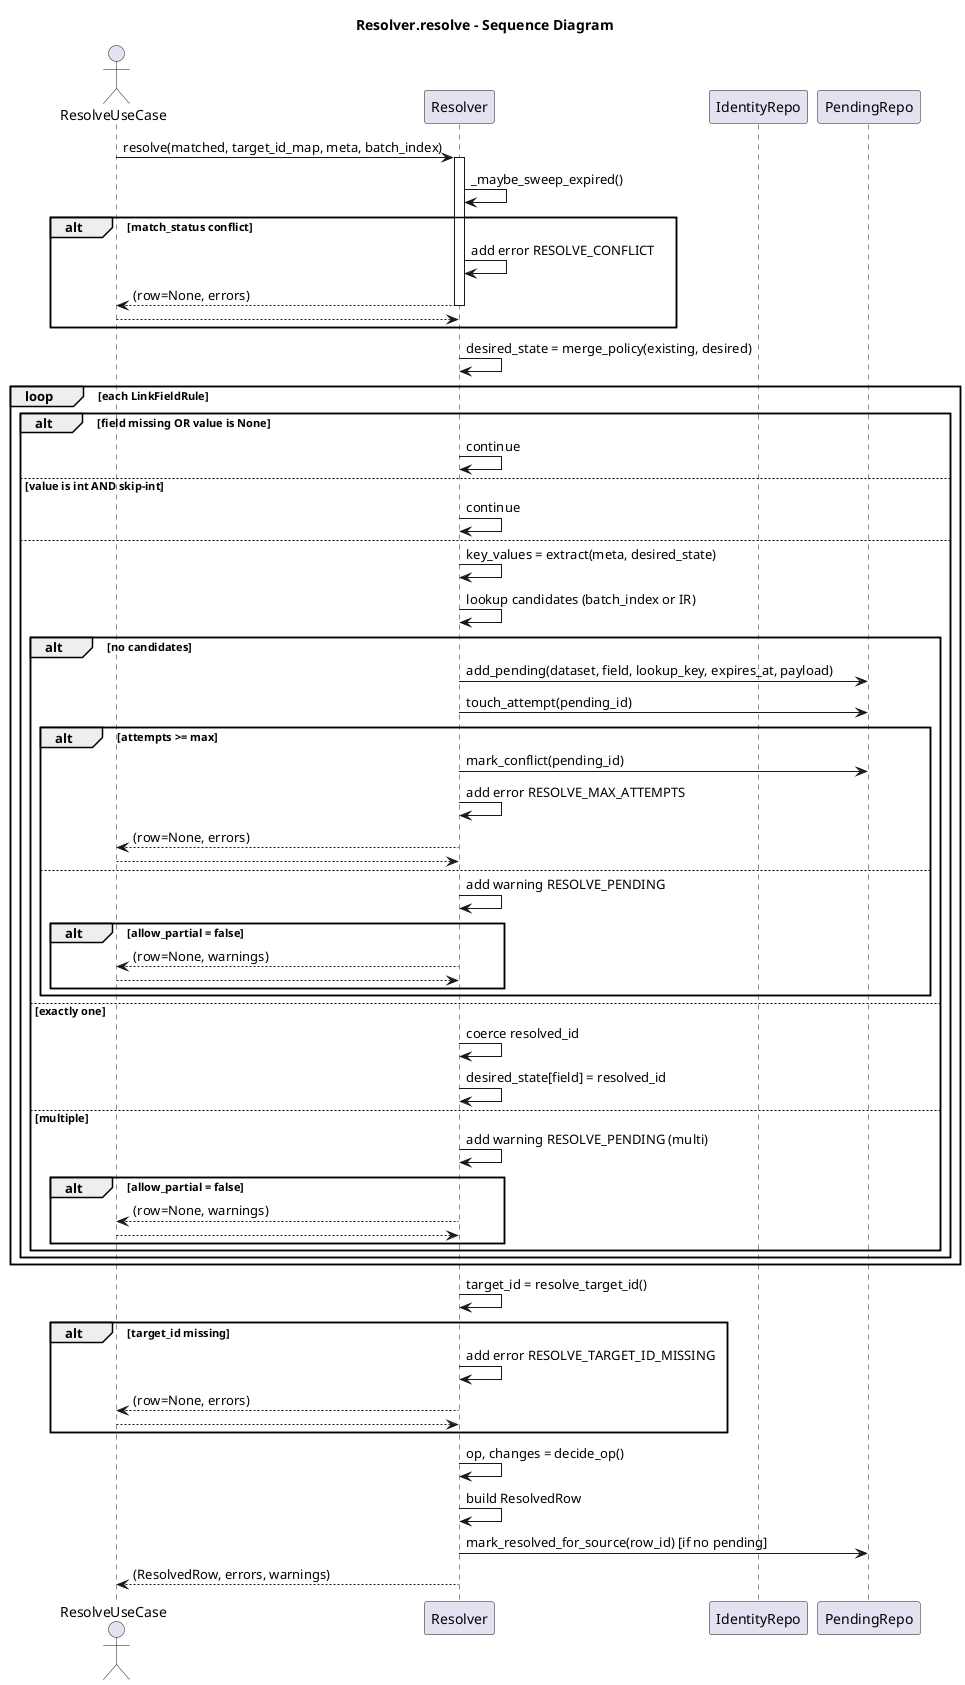
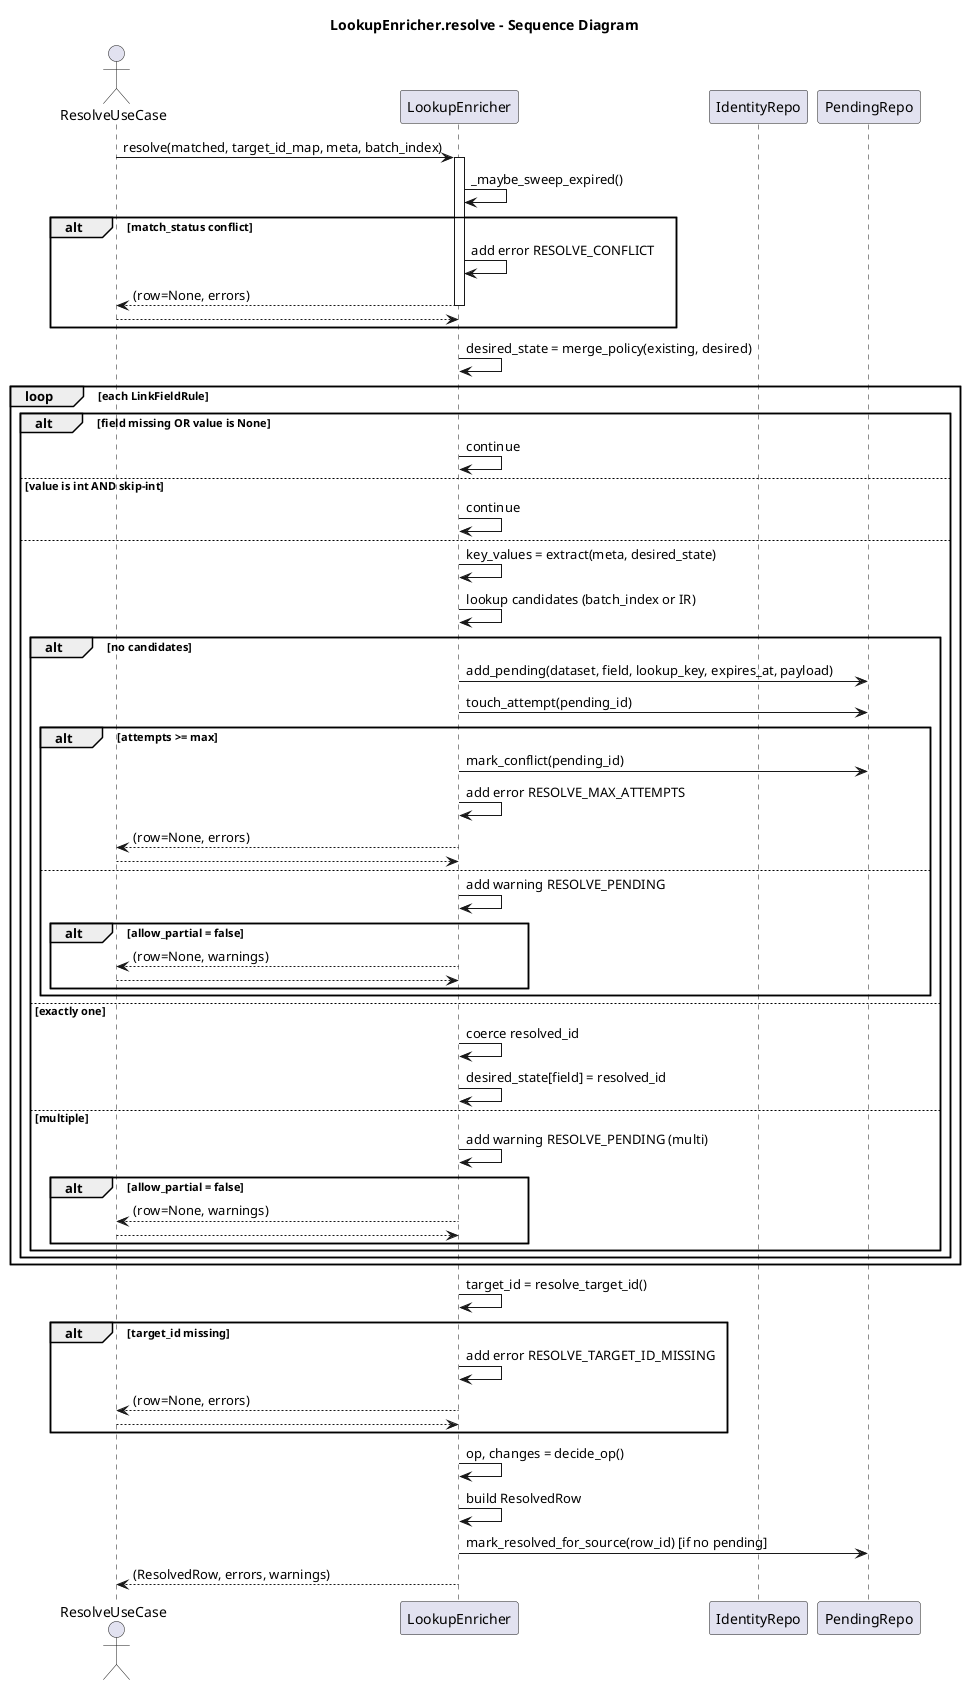
@startuml
- title Resolver.resolve - Sequence Diagram
+ title LookupEnricher.resolve - Sequence Diagram

actor "ResolveUseCase" as RU
- participant "Resolver" as R
+ participant "LookupEnricher" as R
participant "IdentityRepo" as IR
participant "PendingRepo" as PR

RU -> R: resolve(matched, target_id_map, meta, batch_index)
activate R
R -> R: _maybe_sweep_expired()

alt match_status conflict
  R -> R: add error RESOLVE_CONFLICT
  R --> RU: (row=None, errors)
  deactivate R
  return
end

R -> R: desired_state = merge_policy(existing, desired)

loop each LinkFieldRule
  alt field missing OR value is None
    R -> R: continue
  else value is int AND skip-int
    R -> R: continue
  else
    R -> R: key_values = extract(meta, desired_state)
    R -> R: lookup candidates (batch_index or IR)
    alt no candidates
      R -> PR: add_pending(dataset, field, lookup_key, expires_at, payload)
      R -> PR: touch_attempt(pending_id)
      alt attempts >= max
        R -> PR: mark_conflict(pending_id)
        R -> R: add error RESOLVE_MAX_ATTEMPTS
        R --> RU: (row=None, errors)
        deactivate R
        return
      else
        R -> R: add warning RESOLVE_PENDING
        alt allow_partial = false
          R --> RU: (row=None, warnings)
          deactivate R
          return
        end
      end
    else exactly one
      R -> R: coerce resolved_id
      R -> R: desired_state[field] = resolved_id
    else multiple
      R -> R: add warning RESOLVE_PENDING (multi)
      alt allow_partial = false
        R --> RU: (row=None, warnings)
        deactivate R
        return
      end
    end
  end
end

R -> R: target_id = resolve_target_id()
alt target_id missing
  R -> R: add error RESOLVE_TARGET_ID_MISSING
  R --> RU: (row=None, errors)
  deactivate R
  return
end

R -> R: op, changes = decide_op()
R -> R: build ResolvedRow
R -> PR: mark_resolved_for_source(row_id) [if no pending]
R --> RU: (ResolvedRow, errors, warnings)

deactivate R
@enduml
